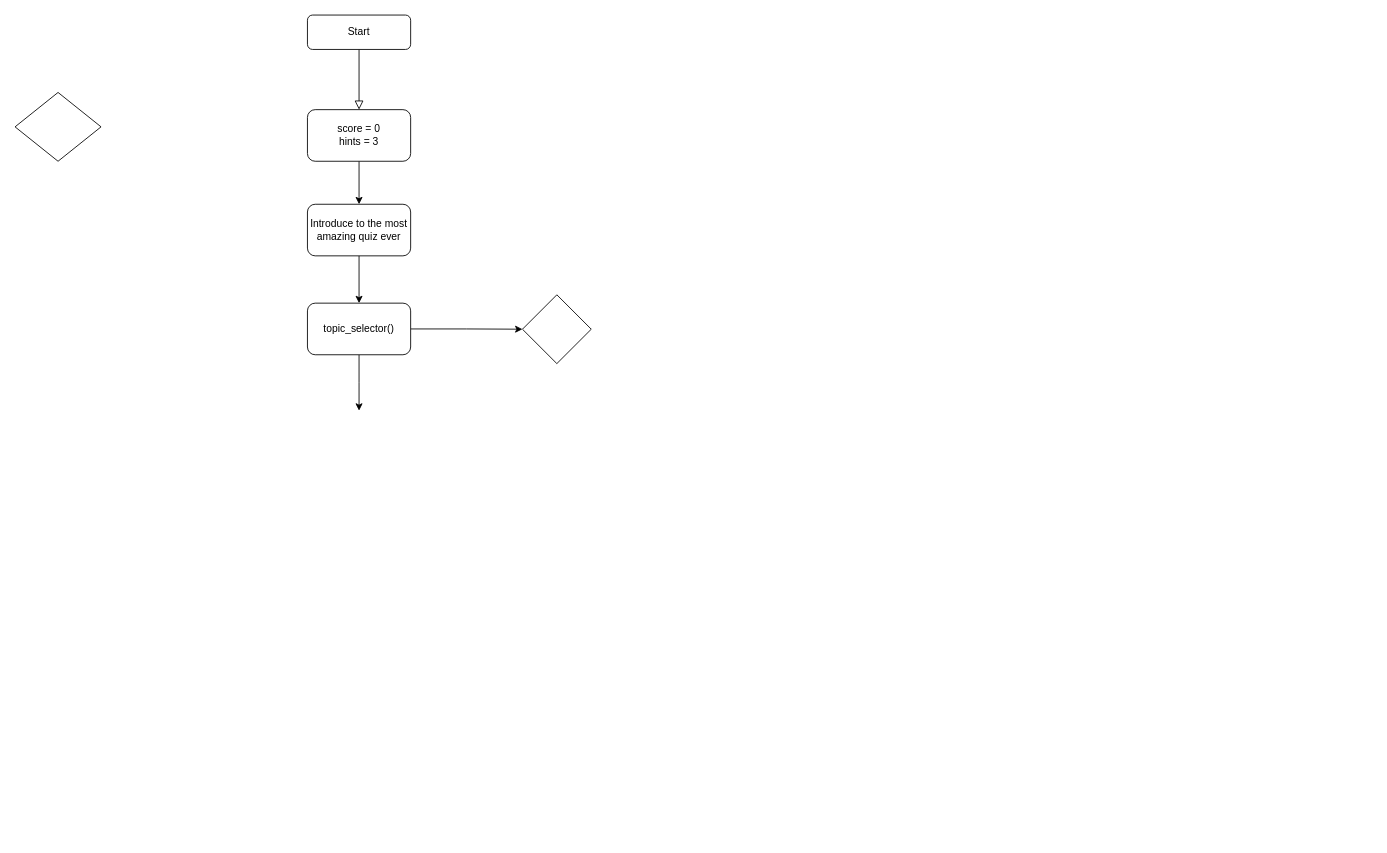
Before: Flowchart of quiz.drawio in ollienunn/Quiz-Assessment-, a draw.io diagram. Source tidied: cells renumbered, new cells numbered last; positions are measured from the earlier drawing's top-left corner, leaving out a move shared by most shapes. Both pictures are drawn from the tidied source at 86%, with x=0, y=0 at pixel (15, 15).
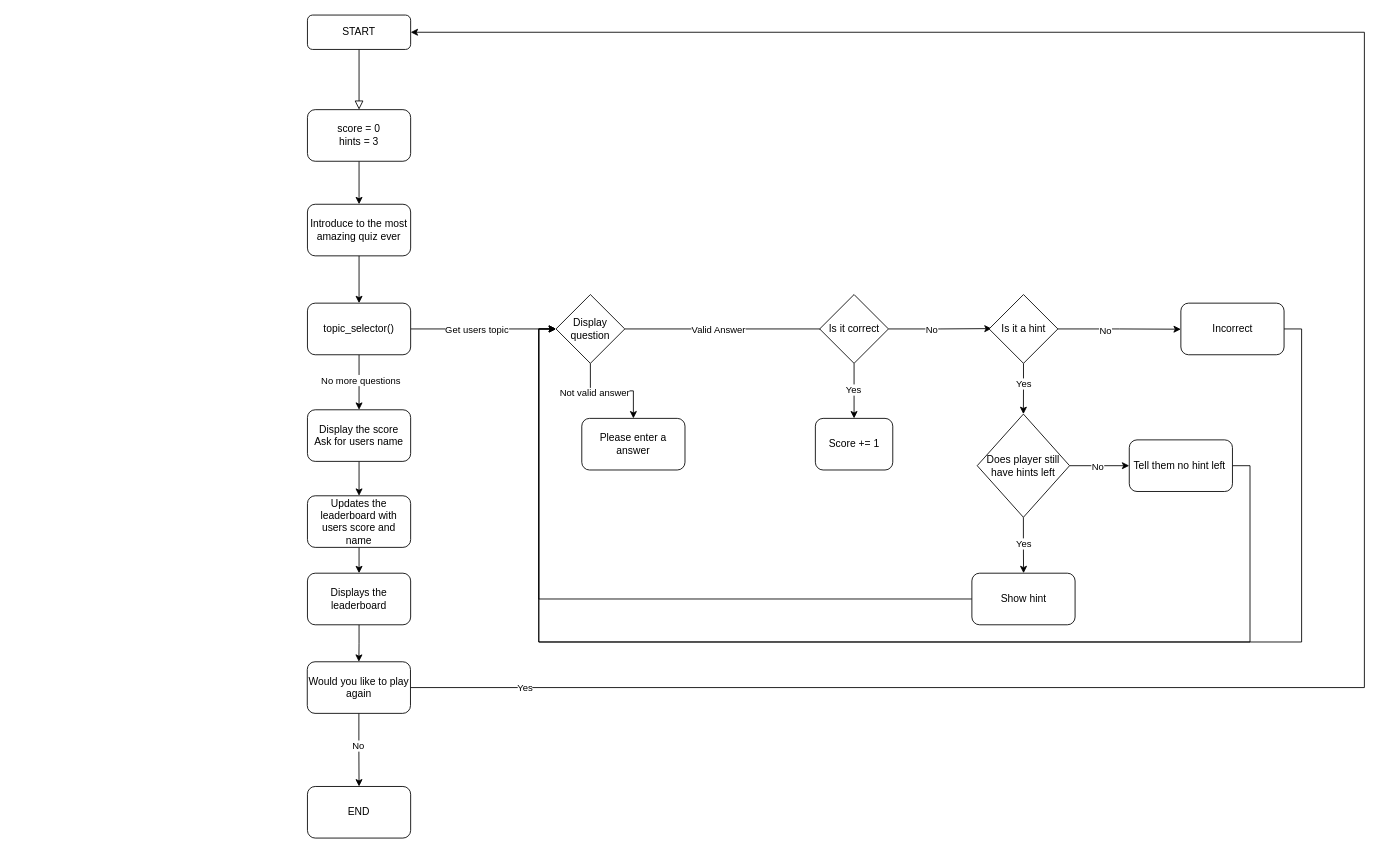
After the change.

Commit message (it also covers changes not shown here):
Finished questions for sport and other

The change refers to these unchanged cells:
```xml
<mxCell id="11" value="topic_selector()" style="rounded=1;whiteSpace=wrap;html=1;" parent="1" vertex="1">
  <mxGeometry x="340" y="335" width="120" height="60" as="geometry" />
</mxCell>
```

Change to the diagram source:
```diff
@@
-    <mxCell id="3" value="Start" style="rounded=1;whiteSpace=wrap;html=1;fontSize=12;glass=0;strokeWidth=1;shadow=0;" parent="1" vertex="1">
+    <mxCell id="3" value="START" style="rounded=1;whiteSpace=wrap;html=1;fontSize=12;glass=0;strokeWidth=1;shadow=0;" parent="1" vertex="1">
       <mxGeometry x="340" width="120" height="40" as="geometry" />
     </mxCell>
-    <mxCell id="4" style="rhombus;whiteSpace=wrap;html=1;shadow=0;fontFamily=Helvetica;fontSize=12;align=center;strokeWidth=1;spacing=6;spacingTop=-4;" parent="1" vertex="1">
-      <mxGeometry y="90" width="100" height="80" as="geometry" />
-    </mxCell>
@@
-    <mxCell id="9" style="edgeStyle=orthogonalEdgeStyle;rounded=0;jettySize=auto;html=1;exitX=0.5;exitY=1;exitDx=0;exitDy=0;entryX=0.5;entryY=0;entryDx=0;entryDy=0;" parent="1" edge="1" source="11">
-      <mxGeometry relative="1" as="geometry">
-        <mxPoint x="400" y="460" as="targetPoint" />
-      </mxGeometry>
+    <mxCell id="9" style="edgeStyle=orthogonalEdgeStyle;rounded=0;jettySize=auto;html=1;exitX=0.5;exitY=1;exitDx=0;exitDy=0;entryX=0.5;entryY=0;entryDx=0;entryDy=0;" parent="1" edge="1" source="11" target="21">
+      <mxGeometry relative="1" as="geometry" />
     </mxCell>
-    <mxCell id="10" style="edgeStyle=orthogonalEdgeStyle;rounded=0;jettySize=auto;html=1;exitX=1;exitY=0.5;exitDx=0;exitDy=0;" parent="1" edge="1" source="11" target="12">
-      <mxGeometry relative="1" as="geometry" />
-    </mxCell>
+    <mxCell id="13" value="No more questions" style="edgeLabel;html=1;align=center;verticalAlign=middle;" parent="9" vertex="1">
+      <mxGeometry x="-0.1" y="1" relative="1" as="geometry" />
+    </mxCell>
+    <mxCell id="14" style="edgeStyle=orthogonalEdgeStyle;rounded=0;jettySize=auto;html=1;exitX=1;exitY=0.5;exitDx=0;exitDy=0;" parent="1" edge="1" source="11">
+      <mxGeometry relative="1" as="geometry">
+        <mxPoint x="629" y="365" as="targetPoint" />
+      </mxGeometry>
+    </mxCell>
+    <mxCell id="15" value="Get users topic" style="edgeLabel;html=1;align=center;verticalAlign=middle;" parent="14" vertex="1">
+      <mxGeometry x="-0.1" y="-1" relative="1" as="geometry">
+        <mxPoint y="-1" as="offset" />
+      </mxGeometry>
+    </mxCell>
@@
+    <mxCell id="16" style="edgeStyle=orthogonalEdgeStyle;rounded=0;jettySize=auto;html=1;exitX=0.5;exitY=1;exitDx=0;exitDy=0;entryX=0.5;entryY=0;entryDx=0;entryDy=0;" parent="1" edge="1" source="12" target="33">
+      <mxGeometry relative="1" as="geometry" />
+    </mxCell>
+    <mxCell id="17" value="Not valid answer" style="edgeLabel;html=1;align=center;verticalAlign=middle;" parent="16" vertex="1">
+      <mxGeometry x="-0.37" y="-2" relative="1" as="geometry" />
+    </mxCell>
+    <mxCell id="18" style="edgeStyle=orthogonalEdgeStyle;rounded=0;jettySize=auto;html=1;exitX=1;exitY=0.5;exitDx=0;exitDy=0;" parent="1" edge="1" source="12">
+      <mxGeometry relative="1" as="geometry">
+        <mxPoint x="975.6" y="365" as="targetPoint" />
+      </mxGeometry>
+    </mxCell>
+    <mxCell id="19" value="Valid Answer" style="edgeLabel;html=1;align=center;verticalAlign=middle;" parent="18" vertex="1">
+      <mxGeometry x="-0.19" relative="1" as="geometry" />
+    </mxCell>
-    <mxCell id="12" style="rhombus;whiteSpace=wrap;html=1;" parent="1" vertex="1">
-      <mxGeometry x="590" y="325.3" width="80" height="80" as="geometry" />
+    <mxCell id="12" value="Display question" style="rhombus;whiteSpace=wrap;html=1;" parent="1" vertex="1">
+      <mxGeometry x="629" y="325" width="80" height="80" as="geometry" />
     </mxCell>
+    <mxCell id="20" style="edgeStyle=orthogonalEdgeStyle;rounded=0;jettySize=auto;html=1;exitX=0.5;exitY=1;exitDx=0;exitDy=0;entryX=0.5;entryY=0;entryDx=0;entryDy=0;" parent="1" edge="1" source="21" target="23">
+      <mxGeometry relative="1" as="geometry" />
+    </mxCell>
+    <mxCell id="21" value="Display the score&lt;div&gt;Ask for users name&lt;/div&gt;" style="rounded=1;whiteSpace=wrap;html=1;" parent="1" vertex="1">
+      <mxGeometry x="340" y="459" width="120" height="60" as="geometry" />
+    </mxCell>
+    <mxCell id="22" style="edgeStyle=orthogonalEdgeStyle;rounded=0;jettySize=auto;html=1;exitX=0.5;exitY=1;exitDx=0;exitDy=0;entryX=0.5;entryY=0;entryDx=0;entryDy=0;" parent="1" edge="1" source="23" target="25">
+      <mxGeometry relative="1" as="geometry" />
+    </mxCell>
+    <mxCell id="23" value="Updates the leaderboard with users score and name" style="rounded=1;whiteSpace=wrap;html=1;" parent="1" vertex="1">
+      <mxGeometry x="340" y="559" width="120" height="60" as="geometry" />
+    </mxCell>
+    <mxCell id="24" style="edgeStyle=orthogonalEdgeStyle;rounded=0;jettySize=auto;html=1;exitX=0.5;exitY=1;exitDx=0;exitDy=0;" parent="1" edge="1" source="25" target="30">
+      <mxGeometry relative="1" as="geometry" />
+    </mxCell>
+    <mxCell id="25" value="Displays the leaderboard" style="rounded=1;whiteSpace=wrap;html=1;" parent="1" vertex="1">
+      <mxGeometry x="340" y="649" width="120" height="60" as="geometry" />
+    </mxCell>
+    <mxCell id="26" style="edgeStyle=orthogonalEdgeStyle;rounded=0;jettySize=auto;html=1;exitX=1;exitY=0.5;exitDx=0;exitDy=0;entryX=1;entryY=0.5;entryDx=0;entryDy=0;" parent="1" edge="1" source="30" target="3">
+      <mxGeometry relative="1" as="geometry">
+        <Array as="points">
+          <mxPoint x="1569" y="782" />
+          <mxPoint x="1569" y="20" />
+        </Array>
+      </mxGeometry>
+    </mxCell>
+    <mxCell id="27" value="Yes" style="edgeLabel;html=1;align=center;verticalAlign=middle;" parent="26" vertex="1">
+      <mxGeometry x="-0.84" y="6" relative="1" as="geometry">
+        <mxPoint x="-105" y="5" as="offset" />
+      </mxGeometry>
+    </mxCell>
+    <mxCell id="28" style="edgeStyle=orthogonalEdgeStyle;rounded=0;jettySize=auto;html=1;exitX=0.5;exitY=1;exitDx=0;exitDy=0;entryX=0.5;entryY=0;entryDx=0;entryDy=0;" parent="1" edge="1" source="30" target="31">
+      <mxGeometry relative="1" as="geometry" />
+    </mxCell>
+    <mxCell id="29" value="No" style="edgeLabel;html=1;align=center;verticalAlign=middle;" parent="28" vertex="1">
+      <mxGeometry x="-0.12" y="4" relative="1" as="geometry">
+        <mxPoint x="-5" as="offset" />
+      </mxGeometry>
+    </mxCell>
+    <mxCell id="30" value="Would you like to play again" style="rounded=1;whiteSpace=wrap;html=1;" parent="1" vertex="1">
+      <mxGeometry x="339.8" y="752" width="120" height="60" as="geometry" />
+    </mxCell>
+    <mxCell id="31" value="END" style="rounded=1;whiteSpace=wrap;html=1;" parent="1" vertex="1">
+      <mxGeometry x="340" y="897" width="120" height="60" as="geometry" />
+    </mxCell>
+    <mxCell id="32" value="Score += 1" style="rounded=1;whiteSpace=wrap;html=1;" parent="1" vertex="1">
+      <mxGeometry x="930.6" y="469" width="90" height="60" as="geometry" />
+    </mxCell>
+    <mxCell id="33" value="Please enter a answer" style="rounded=1;whiteSpace=wrap;html=1;" parent="1" vertex="1">
+      <mxGeometry x="659" y="469" width="120" height="60" as="geometry" />
+    </mxCell>
+    <mxCell id="34" style="edgeStyle=orthogonalEdgeStyle;rounded=0;jettySize=auto;html=1;exitX=0.5;exitY=1;exitDx=0;exitDy=0;entryX=0.5;entryY=0;entryDx=0;entryDy=0;" parent="1" edge="1" source="38" target="32">
+      <mxGeometry relative="1" as="geometry" />
+    </mxCell>
+    <mxCell id="35" value="Yes" style="edgeLabel;html=1;align=center;verticalAlign=middle;" parent="34" vertex="1">
+      <mxGeometry x="-0.03" y="1" relative="1" as="geometry">
+        <mxPoint x="-2" y="-1" as="offset" />
+      </mxGeometry>
+    </mxCell>
+    <mxCell id="36" style="edgeStyle=orthogonalEdgeStyle;rounded=0;jettySize=auto;html=1;exitX=1;exitY=0.5;exitDx=0;exitDy=0;" parent="1" edge="1" source="38">
+      <mxGeometry relative="1" as="geometry">
+        <mxPoint x="1135.6" y="364.6" as="targetPoint" />
+      </mxGeometry>
+    </mxCell>
+    <mxCell id="37" value="No" style="edgeLabel;html=1;align=center;verticalAlign=middle;" parent="36" vertex="1">
+      <mxGeometry x="-0.16" y="1" relative="1" as="geometry">
+        <mxPoint y="1" as="offset" />
+      </mxGeometry>
+    </mxCell>
+    <mxCell id="38" value="Is it correct" style="rhombus;whiteSpace=wrap;html=1;" parent="1" vertex="1">
+      <mxGeometry x="935.6" y="325" width="80" height="80" as="geometry" />
+    </mxCell>
+    <mxCell id="39" style="edgeStyle=orthogonalEdgeStyle;rounded=0;jettySize=auto;html=1;exitX=0.5;exitY=1;exitDx=0;exitDy=0;entryX=0.5;entryY=0;entryDx=0;entryDy=0;" parent="1" edge="1" source="43" target="48">
+      <mxGeometry relative="1" as="geometry" />
+    </mxCell>
+    <mxCell id="40" value="Yes" style="edgeLabel;html=1;align=center;verticalAlign=middle;" parent="39" vertex="1">
+      <mxGeometry x="-0.21" relative="1" as="geometry" />
+    </mxCell>
+    <mxCell id="41" style="edgeStyle=orthogonalEdgeStyle;rounded=0;jettySize=auto;html=1;exitX=1;exitY=0.5;exitDx=0;exitDy=0;" parent="1" edge="1" source="43">
+      <mxGeometry relative="1" as="geometry">
+        <mxPoint x="1355.6" y="365.3" as="targetPoint" />
+      </mxGeometry>
+    </mxCell>
+    <mxCell id="42" value="No" style="edgeLabel;html=1;align=center;verticalAlign=middle;" parent="41" vertex="1">
+      <mxGeometry x="-0.23" y="-1" relative="1" as="geometry" />
+    </mxCell>
+    <mxCell id="43" value="Is it a hint" style="rhombus;whiteSpace=wrap;html=1;" parent="1" vertex="1">
+      <mxGeometry x="1132.6" y="325" width="80" height="80" as="geometry" />
+    </mxCell>
+    <mxCell id="44" style="edgeStyle=orthogonalEdgeStyle;rounded=0;jettySize=auto;html=1;exitX=0.5;exitY=1;exitDx=0;exitDy=0;" parent="1" edge="1" source="48">
+      <mxGeometry relative="1" as="geometry">
+        <mxPoint x="1172.7" y="649" as="targetPoint" />
+      </mxGeometry>
+    </mxCell>
+    <mxCell id="45" value="Yes" style="edgeLabel;html=1;align=center;verticalAlign=middle;" parent="44" vertex="1">
+      <mxGeometry x="-0.1" y="2" relative="1" as="geometry">
+        <mxPoint x="-2" as="offset" />
+      </mxGeometry>
+    </mxCell>
+    <mxCell id="46" style="edgeStyle=orthogonalEdgeStyle;rounded=0;jettySize=auto;html=1;exitX=1;exitY=0.5;exitDx=0;exitDy=0;" parent="1" edge="1" source="48">
+      <mxGeometry relative="1" as="geometry">
+        <mxPoint x="1295.6" y="524" as="targetPoint" />
+      </mxGeometry>
+    </mxCell>
+    <mxCell id="47" value="No" style="edgeLabel;html=1;align=center;verticalAlign=middle;" parent="46" vertex="1">
+      <mxGeometry x="0.01" y="-3" relative="1" as="geometry">
+        <mxPoint x="-2" y="-3" as="offset" />
+      </mxGeometry>
+    </mxCell>
+    <mxCell id="48" value="Does player still have hints left" style="rhombus;whiteSpace=wrap;html=1;" parent="1" vertex="1">
+      <mxGeometry x="1118.8" y="464" width="107.4" height="120" as="geometry" />
+    </mxCell>
+    <mxCell id="49" style="edgeStyle=orthogonalEdgeStyle;rounded=0;jettySize=auto;html=1;exitX=0;exitY=0.5;exitDx=0;exitDy=0;entryX=0;entryY=0.5;entryDx=0;entryDy=0;" parent="1" edge="1" source="50" target="12">
+      <mxGeometry relative="1" as="geometry">
+        <Array as="points">
+          <mxPoint x="609" y="679" />
+          <mxPoint x="609" y="365" />
+        </Array>
+      </mxGeometry>
+    </mxCell>
+    <mxCell id="50" value="Show hint" style="rounded=1;whiteSpace=wrap;html=1;" parent="1" vertex="1">
+      <mxGeometry x="1112.6" y="649" width="120" height="60" as="geometry" />
+    </mxCell>
+    <mxCell id="51" style="edgeStyle=orthogonalEdgeStyle;rounded=0;jettySize=auto;html=1;exitX=1;exitY=0.5;exitDx=0;exitDy=0;entryX=0;entryY=0.5;entryDx=0;entryDy=0;" parent="1" edge="1" source="52" target="12">
+      <mxGeometry relative="1" as="geometry">
+        <Array as="points">
+          <mxPoint x="1436" y="524" />
+          <mxPoint x="1436" y="729" />
+          <mxPoint x="609" y="729" />
+          <mxPoint x="609" y="365" />
+        </Array>
+      </mxGeometry>
+    </mxCell>
+    <mxCell id="52" value="Tell them no hint left&amp;nbsp;" style="rounded=1;whiteSpace=wrap;html=1;" parent="1" vertex="1">
+      <mxGeometry x="1295.6" y="494" width="120" height="60" as="geometry" />
+    </mxCell>
+    <mxCell id="53" style="edgeStyle=orthogonalEdgeStyle;rounded=0;jettySize=auto;html=1;exitX=1;exitY=0.5;exitDx=0;exitDy=0;entryX=0;entryY=0.5;entryDx=0;entryDy=0;" parent="1" edge="1" source="54" target="12">
+      <mxGeometry relative="1" as="geometry">
+        <Array as="points">
+          <mxPoint x="1496" y="365" />
+          <mxPoint x="1496" y="729" />
+          <mxPoint x="609" y="729" />
+          <mxPoint x="609" y="365" />
+        </Array>
+      </mxGeometry>
+    </mxCell>
+    <mxCell id="54" value="Incorrect" style="rounded=1;whiteSpace=wrap;html=1;" parent="1" vertex="1">
+      <mxGeometry x="1355.6" y="335" width="120" height="60" as="geometry" />
+    </mxCell>
```
